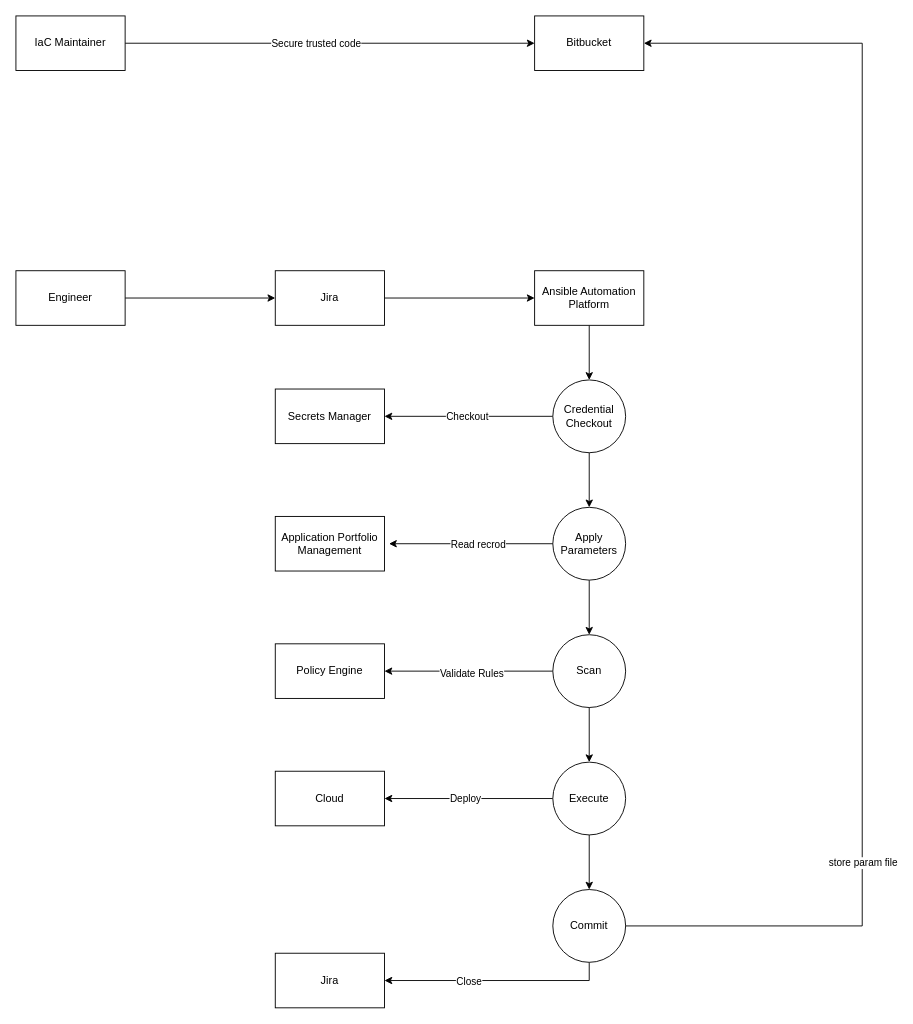
bpayt2/temp keeps this draw.io diagram as page "Self Service Infrastructure" (8 of 8) of images/strategy.drawio. Above is the earlier version. Source tidied: cells renumbered, new cells numbered last; positions are measured from the earlier drawing's top-left corner, leaving out a move shared by most shapes. Both pictures are drawn from the tidied source at 91%, with x=0, y=0 at pixel (15, 15).
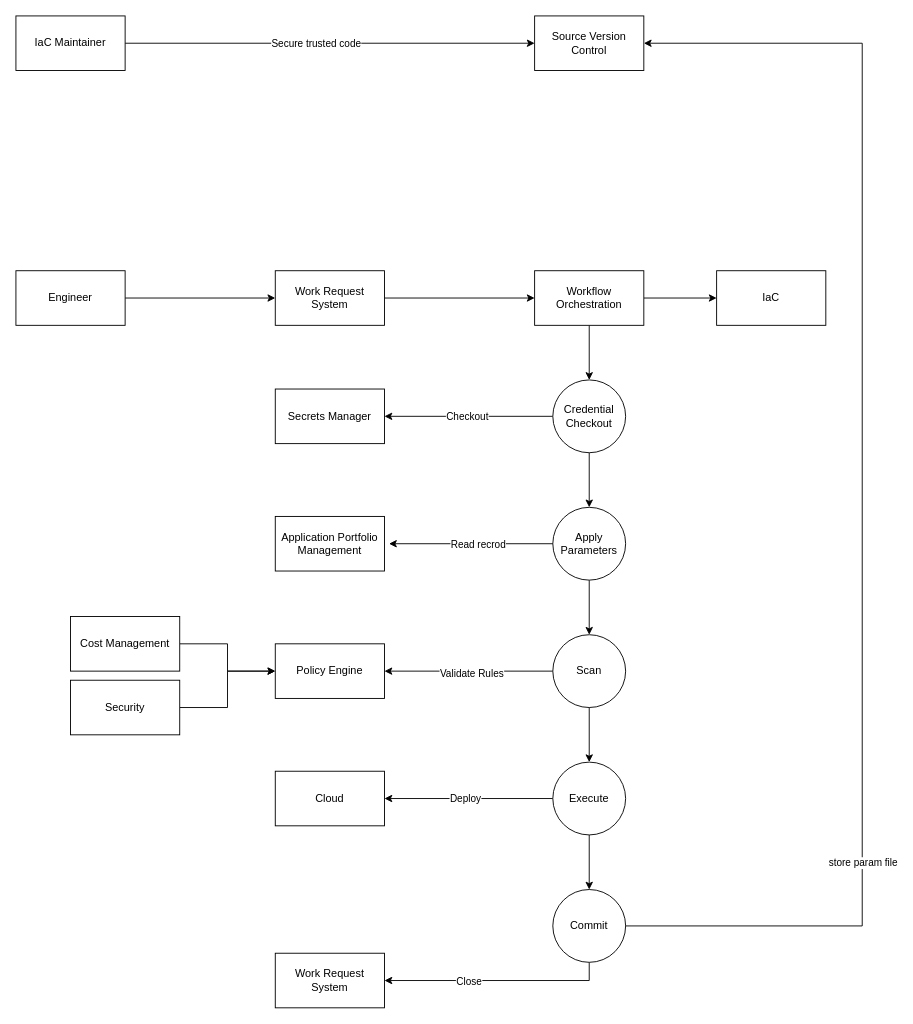
After the change.

Unchanged cells that the change refers to:
```xml
<mxCell id="13" value="Policy Engine" style="rounded=0;whiteSpace=wrap;html=1;" parent="1" vertex="1">
  <mxGeometry x="285" y="690" width="120" height="60" as="geometry" />
</mxCell>
```

What changed in the source:
```diff
@@
-    <mxCell id="8" value="Jira" style="rounded=0;whiteSpace=wrap;html=1;" parent="1" vertex="1">
+    <mxCell id="8" value="Work Request System" style="rounded=0;whiteSpace=wrap;html=1;" parent="1" vertex="1">
       <mxGeometry x="285" y="280" width="120" height="60" as="geometry" />
     </mxCell>
@@
+    <mxCell id="38" style="edgeStyle=orthogonalEdgeStyle;rounded=0;jettySize=auto;html=1;exitX=1;exitY=0.5;exitDx=0;exitDy=0;entryX=0;entryY=0.5;entryDx=0;entryDy=0;" parent="1" edge="1" source="10" target="39">
+      <mxGeometry relative="1" as="geometry" />
+    </mxCell>
-    <mxCell id="10" value="Ansible Automation Platform" style="rounded=0;whiteSpace=wrap;html=1;" parent="1" vertex="1">
+    <mxCell id="10" value="Workflow Orchestration" style="rounded=0;whiteSpace=wrap;html=1;" parent="1" vertex="1">
       <mxGeometry x="570" y="280" width="120" height="60" as="geometry" />
     </mxCell>
-    <mxCell id="11" value="Bitbucket" style="rounded=0;whiteSpace=wrap;html=1;" parent="1" vertex="1">
+    <mxCell id="11" value="Source Version Control" style="rounded=0;whiteSpace=wrap;html=1;" parent="1" vertex="1">
       <mxGeometry x="570" width="120" height="60" as="geometry" />
     </mxCell>
@@
-    <mxCell id="15" value="Jira" style="rounded=0;whiteSpace=wrap;html=1;" parent="1" vertex="1">
+    <mxCell id="15" value="Work Request System" style="rounded=0;whiteSpace=wrap;html=1;" parent="1" vertex="1">
       <mxGeometry x="285" y="1030" width="120" height="60" as="geometry" />
     </mxCell>
@@
+    <mxCell id="39" value="IaC" style="rounded=0;whiteSpace=wrap;html=1;" parent="1" vertex="1">
+      <mxGeometry x="770" y="280" width="120" height="60" as="geometry" />
+    </mxCell>
+    <mxCell id="40" style="edgeStyle=orthogonalEdgeStyle;rounded=0;jettySize=auto;html=1;exitX=1;exitY=0.5;exitDx=0;exitDy=0;entryX=0;entryY=0.5;entryDx=0;entryDy=0;" parent="1" edge="1" source="41" target="13">
+      <mxGeometry relative="1" as="geometry" />
+    </mxCell>
+    <mxCell id="41" value="Cost Management" style="rounded=0;whiteSpace=wrap;html=1;" parent="1" vertex="1">
+      <mxGeometry x="60" y="660" width="120" height="60" as="geometry" />
+    </mxCell>
+    <mxCell id="42" style="edgeStyle=orthogonalEdgeStyle;rounded=0;jettySize=auto;html=1;exitX=1;exitY=0.5;exitDx=0;exitDy=0;entryX=0;entryY=0.5;entryDx=0;entryDy=0;" parent="1" edge="1" source="43" target="13">
+      <mxGeometry relative="1" as="geometry" />
+    </mxCell>
+    <mxCell id="43" value="Security" style="rounded=0;whiteSpace=wrap;html=1;" parent="1" vertex="1">
+      <mxGeometry x="60" y="730" width="120" height="60" as="geometry" />
+    </mxCell>
```
